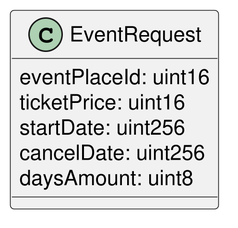
Before: img/event-request.png, a diagram exported from PlantUML (ai-shift/cyber-valley-tickets).
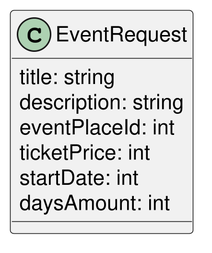
The same diagram one commit later.

Diff of the diagram source:
```diff
@@ -1,10 +1,11 @@
 @startuml
 skinparam Dpi 300
 class EventRequest {
-  eventPlaceId: uint16
-  ticketPrice: uint16
-  startDate: uint256
-  cancelDate: uint256
-  daysAmount: uint8
+  title: string
+  description: string
+  eventPlaceId: int
+  ticketPrice: int
+  startDate: int
+  daysAmount: int
 }
 @enduml
```
